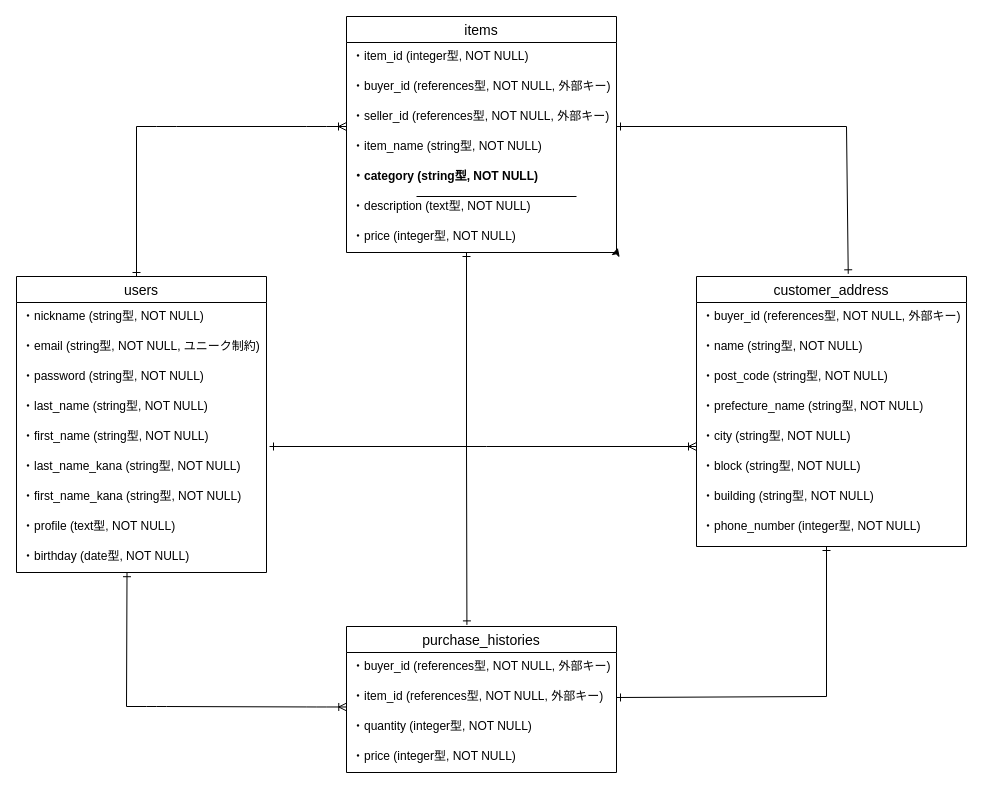
This is furima.dio from sin-bit0731/furima-39482, a draw.io file, before an edit. Source tidied: cells renumbered, new cells numbered last; positions are measured from the earlier drawing's top-left corner, leaving out a move shared by most shapes. Both pictures are drawn from the tidied source at 100%, with x=0, y=0 at pixel (16, 16).
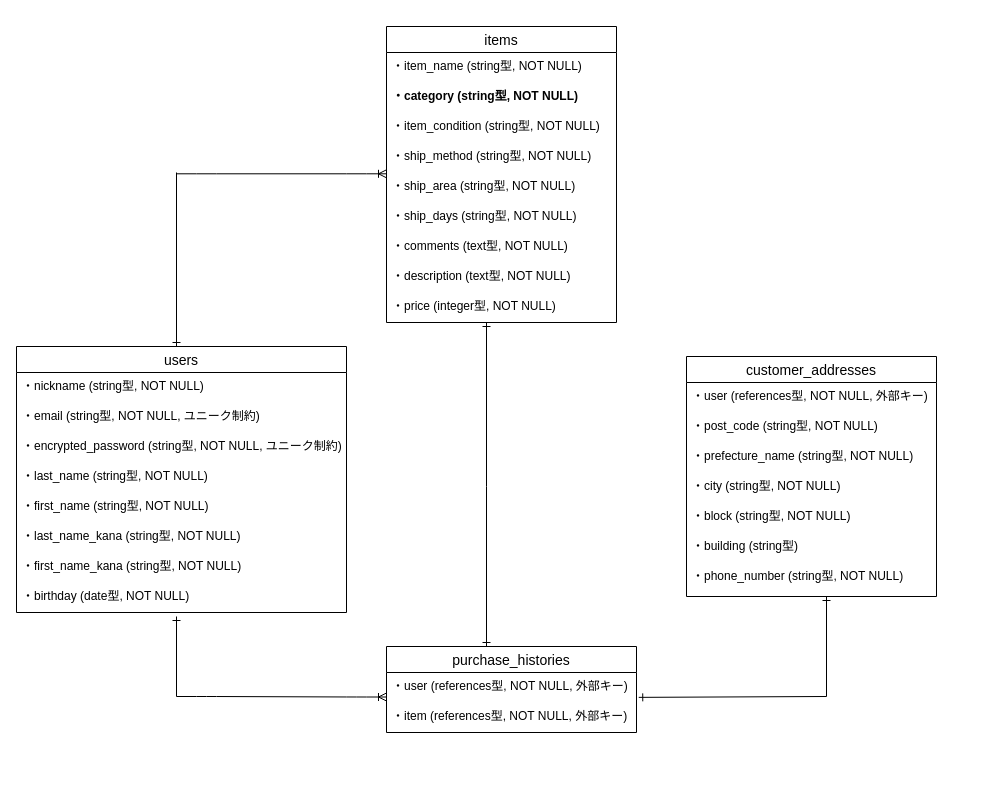
The same diagram, later.

Commit message (it also covers changes not shown here):
ER図・テーブル設計の修正

Change to the diagram source:
```diff
@@
     <mxCell id="2" value="users" style="swimlane;fontStyle=0;horizontal=1;startSize=26;align=center;fontSize=14;" parent="1" vertex="1">
-      <mxGeometry y="260" width="250" height="296" as="geometry" />
+      <mxGeometry y="330" width="330" height="266" as="geometry" />
     </mxCell>
     <mxCell id="3" value="・nickname (string型, NOT NULL)" style="text;strokeColor=none;fillColor=none;spacingLeft=4;spacingRight=4;overflow=hidden;fontSize=12;" parent="2" vertex="1">
-      <mxGeometry y="26" width="250" height="30" as="geometry" />
+      <mxGeometry y="26" width="330" height="30" as="geometry" />
     </mxCell>
     <mxCell id="4" value="・email (string型, NOT NULL, ユニーク制約)" style="text;strokeColor=none;fillColor=none;spacingLeft=4;spacingRight=4;overflow=hidden;fontSize=12;" parent="2" vertex="1">
-      <mxGeometry y="56" width="250" height="30" as="geometry" />
+      <mxGeometry y="56" width="330" height="30" as="geometry" />
     </mxCell>
-    <mxCell id="5" value="・password (string型, NOT NULL)" style="text;strokeColor=none;fillColor=none;spacingLeft=4;spacingRight=4;overflow=hidden;fontSize=12;" parent="2" vertex="1">
-      <mxGeometry y="86" width="250" height="30" as="geometry" />
+    <mxCell id="5" value="・encrypted_password (string型, NOT NULL, ユニーク制約)" style="text;strokeColor=none;fillColor=none;spacingLeft=4;spacingRight=4;overflow=hidden;fontSize=12;" parent="2" vertex="1">
+      <mxGeometry y="86" width="330" height="30" as="geometry" />
     </mxCell>
     <mxCell id="6" value="・last_name (string型, NOT NULL)" style="text;strokeColor=none;fillColor=none;spacingLeft=4;spacingRight=4;overflow=hidden;fontSize=12;" parent="2" vertex="1">
-      <mxGeometry y="116" width="250" height="30" as="geometry" />
+      <mxGeometry y="116" width="330" height="30" as="geometry" />
     </mxCell>
     <mxCell id="7" value="・first_name (string型, NOT NULL)" style="text;strokeColor=none;fillColor=none;spacingLeft=4;spacingRight=4;overflow=hidden;fontSize=12;" parent="2" vertex="1">
-      <mxGeometry y="146" width="250" height="30" as="geometry" />
+      <mxGeometry y="146" width="330" height="30" as="geometry" />
     </mxCell>
     <mxCell id="8" value="・last_name_kana (string型, NOT NULL)" style="text;strokeColor=none;fillColor=none;spacingLeft=4;spacingRight=4;overflow=hidden;fontSize=12;" parent="2" vertex="1">
-      <mxGeometry y="176" width="250" height="30" as="geometry" />
+      <mxGeometry y="176" width="330" height="30" as="geometry" />
     </mxCell>
     <mxCell id="9" value="・first_name_kana (string型, NOT NULL)" style="text;strokeColor=none;fillColor=none;spacingLeft=4;spacingRight=4;overflow=hidden;fontSize=12;" parent="2" vertex="1">
-      <mxGeometry y="206" width="250" height="30" as="geometry" />
+      <mxGeometry y="206" width="330" height="30" as="geometry" />
     </mxCell>
-    <mxCell id="10" value="・profile (text型, NOT NULL)" style="text;strokeColor=none;fillColor=none;spacingLeft=4;spacingRight=4;overflow=hidden;fontSize=12;" parent="2" vertex="1">
-      <mxGeometry y="236" width="250" height="30" as="geometry" />
-    </mxCell>
     <mxCell id="11" value="・birthday (date型, NOT NULL)" style="text;strokeColor=none;fillColor=none;spacingLeft=4;spacingRight=4;overflow=hidden;points=[[0,0.5],[1,0.5]];portConstraint=eastwest;fontSize=12;" parent="2" vertex="1">
-      <mxGeometry y="266" width="250" height="30" as="geometry" />
+      <mxGeometry y="236" width="330" height="30" as="geometry" />
     </mxCell>
+    <mxCell id="48" style="fontSize=12;html=1;endArrow=ERone;endFill=1;" parent="2" edge="1">
+      <mxGeometry relative="1" as="geometry">
+        <mxPoint x="160" y="350" as="sourcePoint" />
+        <mxPoint x="160" y="270" as="targetPoint" />
+      </mxGeometry>
+    </mxCell>
     <mxCell id="12" value="items" style="swimlane;fontStyle=0;horizontal=1;startSize=26;align=center;fontSize=14;" parent="1" vertex="1">
-      <mxGeometry x="330" width="270" height="236" as="geometry" />
+      <mxGeometry x="370" y="10" width="230" height="296" as="geometry" />
     </mxCell>
-    <mxCell id="13" value="・item_id (integer型, NOT NULL)" style="text;strokeColor=none;fillColor=none;spacingLeft=4;spacingRight=4;overflow=hidden;fontSize=12;" parent="12" vertex="1">
-      <mxGeometry y="26" width="270" height="30" as="geometry" />
-    </mxCell>
-    <mxCell id="14" value="・buyer_id (references型, NOT NULL, 外部キー)" style="text;strokeColor=none;fillColor=none;spacingLeft=4;spacingRight=4;overflow=hidden;fontSize=12;" parent="12" vertex="1">
-      <mxGeometry y="56" width="270" height="30" as="geometry" />
-    </mxCell>
-    <mxCell id="15" value="・seller_id (references型, NOT NULL, 外部キー)" style="text;strokeColor=none;fillColor=none;spacingLeft=4;spacingRight=4;overflow=hidden;fontSize=12;" parent="12" vertex="1">
-      <mxGeometry y="86" width="270" height="30" as="geometry" />
-    </mxCell>
     <mxCell id="16" value="・item_name (string型, NOT NULL)" style="text;strokeColor=none;fillColor=none;spacingLeft=4;spacingRight=4;overflow=hidden;fontSize=12;" parent="12" vertex="1">
-      <mxGeometry y="116" width="270" height="30" as="geometry" />
+      <mxGeometry y="26" width="230" height="30" as="geometry" />
     </mxCell>
     <mxCell id="17" value="・category (string型, NOT NULL)" style="text;strokeColor=none;fillColor=none;spacingLeft=4;spacingRight=4;overflow=hidden;fontSize=12;fontStyle=1;" parent="12" vertex="1">
-      <mxGeometry y="146" width="270" height="30" as="geometry" />
+      <mxGeometry y="56" width="230" height="30" as="geometry" />
     </mxCell>
+    <mxCell id="49" value="・item_condition (string型, NOT NULL)" style="text;strokeColor=none;fillColor=none;spacingLeft=4;spacingRight=4;overflow=hidden;fontSize=12;" parent="12" vertex="1">
+      <mxGeometry y="86" width="230" height="30" as="geometry" />
+    </mxCell>
+    <mxCell id="50" value="・ship_method (string型, NOT NULL)" style="text;strokeColor=none;fillColor=none;spacingLeft=4;spacingRight=4;overflow=hidden;fontSize=12;" parent="12" vertex="1">
+      <mxGeometry y="116" width="230" height="30" as="geometry" />
+    </mxCell>
+    <mxCell id="51" value="・ship_area (string型, NOT NULL)" style="text;strokeColor=none;fillColor=none;spacingLeft=4;spacingRight=4;overflow=hidden;fontSize=12;" parent="12" vertex="1">
+      <mxGeometry y="146" width="230" height="30" as="geometry" />
+    </mxCell>
+    <mxCell id="52" value="・ship_days (string型, NOT NULL)" style="text;strokeColor=none;fillColor=none;spacingLeft=4;spacingRight=4;overflow=hidden;fontSize=12;" parent="12" vertex="1">
+      <mxGeometry y="176" width="230" height="30" as="geometry" />
+    </mxCell>
+    <mxCell id="53" value="・comments (text型, NOT NULL)" style="text;strokeColor=none;fillColor=none;spacingLeft=4;spacingRight=4;overflow=hidden;fontSize=12;" parent="12" vertex="1">
+      <mxGeometry y="206" width="230" height="30" as="geometry" />
+    </mxCell>
     <mxCell id="18" value="・description (text型, NOT NULL)" style="text;strokeColor=none;fillColor=none;spacingLeft=4;spacingRight=4;overflow=hidden;fontSize=12;" parent="12" vertex="1">
-      <mxGeometry y="176" width="270" height="30" as="geometry" />
+      <mxGeometry y="236" width="230" height="30" as="geometry" />
     </mxCell>
     <mxCell id="19" value="・price (integer型, NOT NULL)" style="text;strokeColor=none;fillColor=none;spacingLeft=4;spacingRight=4;overflow=hidden;fontSize=12;" parent="12" vertex="1">
-      <mxGeometry y="206" width="270" height="30" as="geometry" />
+      <mxGeometry y="266" width="230" height="30" as="geometry" />
     </mxCell>
-    <mxCell id="20" style="edgeStyle=none;html=1;exitX=1;exitY=1;exitDx=0;exitDy=0;entryX=1.005;entryY=0.84;entryDx=0;entryDy=0;entryPerimeter=0;" parent="12" edge="1" source="12">
-      <mxGeometry relative="1" as="geometry">
-        <mxPoint x="271.3" y="231.2" as="targetPoint" />
-      </mxGeometry>
-    </mxCell>
     <mxCell id="21" value="purchase_histories" style="swimlane;fontStyle=0;horizontal=1;startSize=26;align=center;fontSize=14;" parent="1" vertex="1">
-      <mxGeometry x="330" y="610" width="270" height="146" as="geometry" />
+      <mxGeometry x="370" y="630" width="250" height="86" as="geometry" />
     </mxCell>
-    <mxCell id="22" value="・buyer_id (references型, NOT NULL, 外部キー)" style="text;strokeColor=none;fillColor=none;spacingLeft=4;spacingRight=4;overflow=hidden;points=[[0,0.5],[1,0.5]];portConstraint=eastwest;fontSize=12;" parent="21" vertex="1">
-      <mxGeometry y="26" width="270" height="30" as="geometry" />
+    <mxCell id="22" value="・user (references型, NOT NULL, 外部キー)" style="text;strokeColor=none;fillColor=none;spacingLeft=4;spacingRight=4;overflow=hidden;points=[[0,0.5],[1,0.5]];portConstraint=eastwest;fontSize=12;" parent="21" vertex="1">
+      <mxGeometry y="26" width="250" height="30" as="geometry" />
     </mxCell>
-    <mxCell id="23" value="・item_id (references型, NOT NULL, 外部キー)" style="text;strokeColor=none;fillColor=none;spacingLeft=4;spacingRight=4;overflow=hidden;points=[[0,0.5],[1,0.5]];portConstraint=eastwest;fontSize=12;" parent="21" vertex="1">
-      <mxGeometry y="56" width="270" height="30" as="geometry" />
+    <mxCell id="23" value="・item (references型, NOT NULL, 外部キー)" style="text;strokeColor=none;fillColor=none;spacingLeft=4;spacingRight=4;overflow=hidden;points=[[0,0.5],[1,0.5]];portConstraint=eastwest;fontSize=12;" parent="21" vertex="1">
+      <mxGeometry y="56" width="250" height="30" as="geometry" />
     </mxCell>
-    <mxCell id="24" value="・quantity (integer型, NOT NULL)" style="text;strokeColor=none;fillColor=none;spacingLeft=4;spacingRight=4;overflow=hidden;points=[[0,0.5],[1,0.5]];portConstraint=eastwest;fontSize=12;" parent="21" vertex="1">
-      <mxGeometry y="86" width="270" height="30" as="geometry" />
-    </mxCell>
-    <mxCell id="25" value="・price (integer型, NOT NULL)" style="text;strokeColor=none;fillColor=none;spacingLeft=4;spacingRight=4;overflow=hidden;fontSize=12;" parent="21" vertex="1">
-      <mxGeometry y="116" width="270" height="30" as="geometry" />
-    </mxCell>
-    <mxCell id="26" value="customer_address" style="swimlane;fontStyle=0;horizontal=1;startSize=26;align=center;fontSize=14;" parent="1" vertex="1">
-      <mxGeometry x="680" y="260" width="270" height="270" as="geometry" />
+    <mxCell id="26" value="customer_addresses" style="swimlane;fontStyle=0;horizontal=1;startSize=26;align=center;fontSize=14;" parent="1" vertex="1">
+      <mxGeometry x="670" y="340" width="250" height="240" as="geometry" />
     </mxCell>
-    <mxCell id="27" value="・buyer_id (references型, NOT NULL, 外部キー)&#10; " style="text;strokeColor=none;fillColor=none;spacingLeft=4;spacingRight=4;overflow=hidden;fontSize=12;" parent="26" vertex="1">
-      <mxGeometry y="26" width="270" height="30" as="geometry" />
+    <mxCell id="27" value="・user (references型, NOT NULL, 外部キー)&#10; " style="text;strokeColor=none;fillColor=none;spacingLeft=4;spacingRight=4;overflow=hidden;fontSize=12;" parent="26" vertex="1">
+      <mxGeometry y="26" width="250" height="30" as="geometry" />
     </mxCell>
-    <mxCell id="28" value="・name (string型, NOT NULL)" style="text;strokeColor=none;fillColor=none;spacingLeft=4;spacingRight=4;overflow=hidden;fontSize=12;" parent="26" vertex="1">
-      <mxGeometry y="56" width="270" height="30" as="geometry" />
-    </mxCell>
     <mxCell id="29" value="・post_code (string型, NOT NULL)" style="text;strokeColor=none;fillColor=none;spacingLeft=4;spacingRight=4;overflow=hidden;fontSize=12;" parent="26" vertex="1">
-      <mxGeometry y="86" width="270" height="30" as="geometry" />
+      <mxGeometry y="56" width="250" height="30" as="geometry" />
     </mxCell>
     <mxCell id="30" value="・prefecture_name (string型, NOT NULL)" style="text;strokeColor=none;fillColor=none;spacingLeft=4;spacingRight=4;overflow=hidden;fontSize=12;" parent="26" vertex="1">
-      <mxGeometry y="116" width="270" height="30" as="geometry" />
+      <mxGeometry y="86" width="250" height="30" as="geometry" />
     </mxCell>
     <mxCell id="31" value="・city (string型, NOT NULL)" style="text;strokeColor=none;fillColor=none;spacingLeft=4;spacingRight=4;overflow=hidden;fontSize=12;" parent="26" vertex="1">
-      <mxGeometry y="146" width="270" height="30" as="geometry" />
+      <mxGeometry y="116" width="250" height="30" as="geometry" />
     </mxCell>
     <mxCell id="32" value="・block (string型, NOT NULL)" style="text;strokeColor=none;fillColor=none;spacingLeft=4;spacingRight=4;overflow=hidden;fontSize=12;" parent="26" vertex="1">
-      <mxGeometry y="176" width="270" height="30" as="geometry" />
+      <mxGeometry y="146" width="250" height="30" as="geometry" />
     </mxCell>
-    <mxCell id="33" value="・building (string型, NOT NULL)" style="text;strokeColor=none;fillColor=none;spacingLeft=4;spacingRight=4;overflow=hidden;fontSize=12;fontStyle=0;" parent="26" vertex="1">
-      <mxGeometry y="206" width="270" height="30" as="geometry" />
+    <mxCell id="33" value="・building (string型)" style="text;strokeColor=none;fillColor=none;spacingLeft=4;spacingRight=4;overflow=hidden;fontSize=12;fontStyle=0;" parent="26" vertex="1">
+      <mxGeometry y="176" width="250" height="30" as="geometry" />
     </mxCell>
-    <mxCell id="34" value="・phone_number (integer型, NOT NULL)" style="text;strokeColor=none;fillColor=none;spacingLeft=4;spacingRight=4;overflow=hidden;fontSize=12;" parent="26" vertex="1">
-      <mxGeometry y="236" width="270" height="34" as="geometry" />
+    <mxCell id="34" value="・phone_number (string型, NOT NULL)" style="text;strokeColor=none;fillColor=none;spacingLeft=4;spacingRight=4;overflow=hidden;fontSize=12;" parent="26" vertex="1">
+      <mxGeometry y="206" width="250" height="34" as="geometry" />
     </mxCell>
-    <mxCell id="35" style="endArrow=none;html=1;rounded=0;" parent="1" edge="1">
-      <mxGeometry relative="1" as="geometry">
-        <mxPoint x="400" y="180" as="sourcePoint" />
-        <mxPoint x="560" y="180" as="targetPoint" />
-      </mxGeometry>
-    </mxCell>
     <mxCell id="36" style="edgeStyle=entityRelationEdgeStyle;fontSize=12;html=1;endArrow=ERoneToMany;" parent="1" edge="1">
       <mxGeometry relative="1" as="geometry">
-        <mxPoint x="120" y="110" as="sourcePoint" />
-        <mxPoint x="330" y="110" as="targetPoint" />
+        <mxPoint x="160" y="157.3" as="sourcePoint" />
+        <mxPoint x="370" y="157.3" as="targetPoint" />
       </mxGeometry>
     </mxCell>
-    <mxCell id="37" style="edgeStyle=entityRelationEdgeStyle;fontSize=12;html=1;endArrow=ERoneToMany;entryX=0.001;entryY=-0.184;entryDx=0;entryDy=0;entryPerimeter=0;" parent="1" edge="1" target="24">
+    <mxCell id="37" style="edgeStyle=entityRelationEdgeStyle;fontSize=12;html=1;endArrow=ERoneToMany;entryX=0.001;entryY=-0.184;entryDx=0;entryDy=0;entryPerimeter=0;" parent="1" edge="1">
       <mxGeometry relative="1" as="geometry">
-        <mxPoint x="110" y="690" as="sourcePoint" />
+        <mxPoint x="160" y="680" as="sourcePoint" />
+        <mxPoint x="370" y="680.5" as="targetPoint" />
       </mxGeometry>
     </mxCell>
-    <mxCell id="38" style="fontSize=12;html=1;endArrow=ERone;endFill=1;entryX=0.442;entryY=1.007;entryDx=0;entryDy=0;entryPerimeter=0;" parent="1" edge="1" target="11">
-      <mxGeometry relative="1" as="geometry">
-        <mxPoint x="110" y="690" as="sourcePoint" />
-      </mxGeometry>
-    </mxCell>
-    <mxCell id="39" style="fontSize=12;html=1;endArrow=ERone;endFill=1;entryX=1;entryY=0.5;entryDx=0;entryDy=0;" parent="1" edge="1" target="23">
-      <mxGeometry relative="1" as="geometry">
-        <mxPoint x="810" y="680" as="sourcePoint" />
-      </mxGeometry>
-    </mxCell>
     <mxCell id="40" style="fontSize=12;html=1;endArrow=ERone;endFill=1;" parent="1" edge="1">
       <mxGeometry relative="1" as="geometry">
         <mxPoint x="810" y="680" as="sourcePoint" />
-        <mxPoint x="810" y="530" as="targetPoint" />
+        <mxPoint x="810" y="580" as="targetPoint" />
       </mxGeometry>
     </mxCell>
-    <mxCell id="41" style="fontSize=12;html=1;endArrow=ERone;endFill=1;" parent="1" edge="1">
-      <mxGeometry relative="1" as="geometry">
-        <mxPoint x="830" y="110" as="sourcePoint" />
-        <mxPoint x="600" y="110" as="targetPoint" />
-      </mxGeometry>
-    </mxCell>
-    <mxCell id="42" style="fontSize=12;html=1;endArrow=ERone;endFill=1;entryX=0.562;entryY=-0.01;entryDx=0;entryDy=0;entryPerimeter=0;" parent="1" edge="1" target="26">
-      <mxGeometry relative="1" as="geometry">
-        <mxPoint x="830" y="110" as="sourcePoint" />
-      </mxGeometry>
-    </mxCell>
     <mxCell id="43" style="fontSize=12;html=1;endArrow=ERone;endFill=1;" parent="1" edge="1">
       <mxGeometry relative="1" as="geometry">
-        <mxPoint x="120" y="110" as="sourcePoint" />
-        <mxPoint x="120" y="260" as="targetPoint" />
+        <mxPoint x="160" y="156" as="sourcePoint" />
+        <mxPoint x="160" y="330" as="targetPoint" />
       </mxGeometry>
     </mxCell>
-    <mxCell id="44" style="fontSize=12;html=1;endArrow=ERone;endFill=1;" parent="1" edge="1">
-      <mxGeometry relative="1" as="geometry">
-        <mxPoint x="470" y="430" as="sourcePoint" />
-        <mxPoint x="253" y="430" as="targetPoint" />
-      </mxGeometry>
-    </mxCell>
-    <mxCell id="45" style="fontSize=12;html=1;endArrow=ERoneToMany;" parent="1" edge="1">
-      <mxGeometry relative="1" as="geometry">
-        <mxPoint x="470" y="430" as="sourcePoint" />
-        <mxPoint x="680" y="430" as="targetPoint" />
-      </mxGeometry>
-    </mxCell>
-    <mxCell id="46" style="fontSize=12;html=1;endArrow=ERone;endFill=1;" parent="1" edge="1">
-      <mxGeometry relative="1" as="geometry">
-        <mxPoint x="450" y="430" as="sourcePoint" />
-        <mxPoint x="450" y="236" as="targetPoint" />
-      </mxGeometry>
-    </mxCell>
-    <mxCell id="47" style="fontSize=12;html=1;endArrow=ERone;endFill=1;entryX=0.446;entryY=-0.011;entryDx=0;entryDy=0;entryPerimeter=0;" parent="1" edge="1" target="21">
-      <mxGeometry relative="1" as="geometry">
-        <mxPoint x="450" y="430" as="sourcePoint" />
-      </mxGeometry>
-    </mxCell>
+    <mxCell id="54" style="fontSize=12;html=1;endArrow=ERone;endFill=1;" parent="1" edge="1">
+      <mxGeometry relative="1" as="geometry">
+        <mxPoint x="470" y="470" as="sourcePoint" />
+        <mxPoint x="470" y="306" as="targetPoint" />
+      </mxGeometry>
+    </mxCell>
+    <mxCell id="55" style="fontSize=12;html=1;endArrow=ERone;endFill=1;" parent="1" edge="1">
+      <mxGeometry relative="1" as="geometry">
+        <mxPoint x="470" y="470" as="sourcePoint" />
+        <mxPoint x="470" y="630" as="targetPoint" />
+      </mxGeometry>
+    </mxCell>
+    <mxCell id="56" style="fontSize=12;html=1;endArrow=ERone;endFill=1;entryX=1.009;entryY=0.829;entryDx=0;entryDy=0;entryPerimeter=0;" parent="1" edge="1" target="22">
+      <mxGeometry relative="1" as="geometry">
+        <mxPoint x="810" y="680" as="sourcePoint" />
+      </mxGeometry>
+    </mxCell>
```
